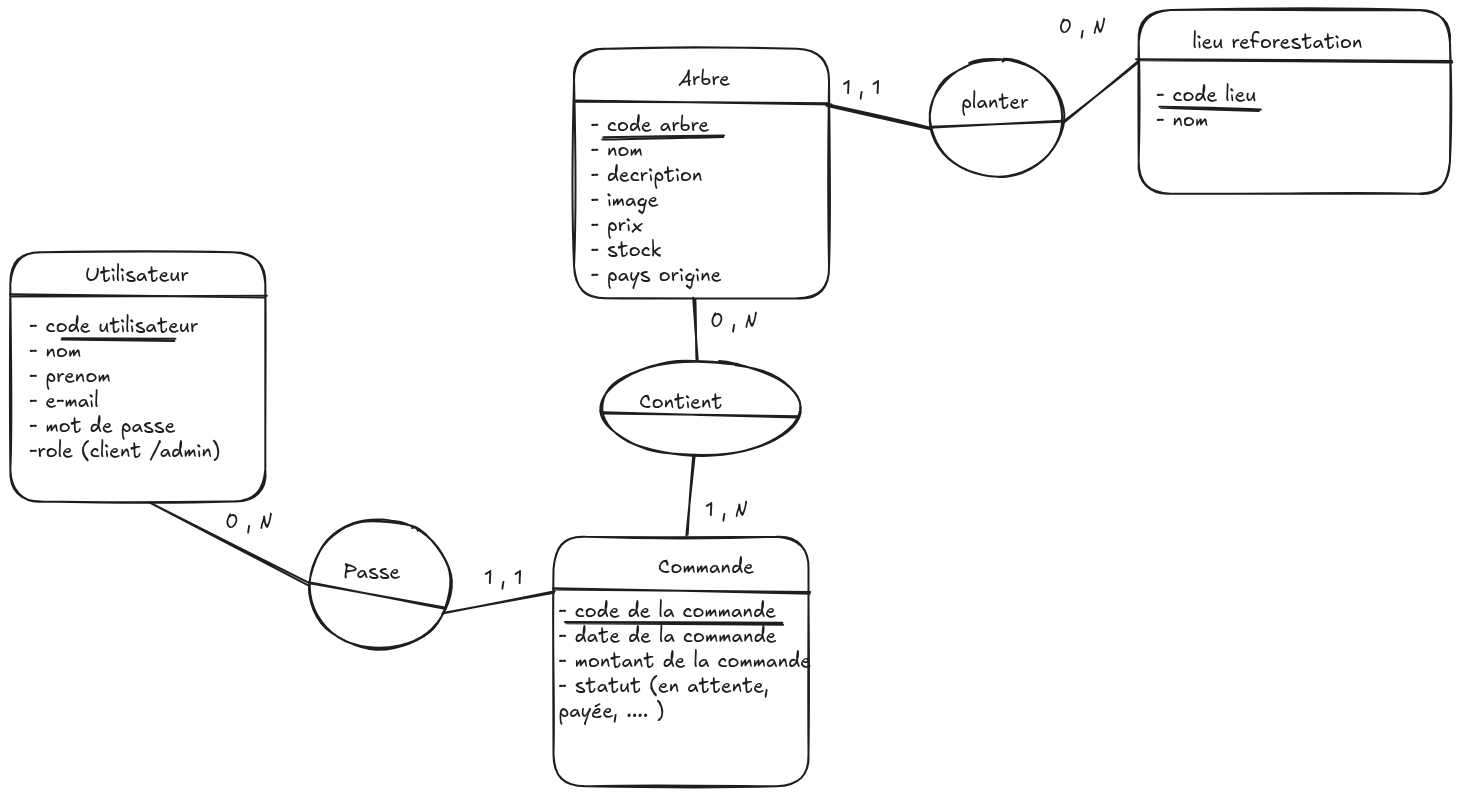
The Excalidraw diagram conception/MLD-MCD-MPD/MCD2.excalidraw.png in AnneSophieBaumgart/Greenroots, before a commit. Source tidied: one line per element, renumbered; positions are measured from the earlier drawing's top-left corner, leaving out a move shared by most shapes.
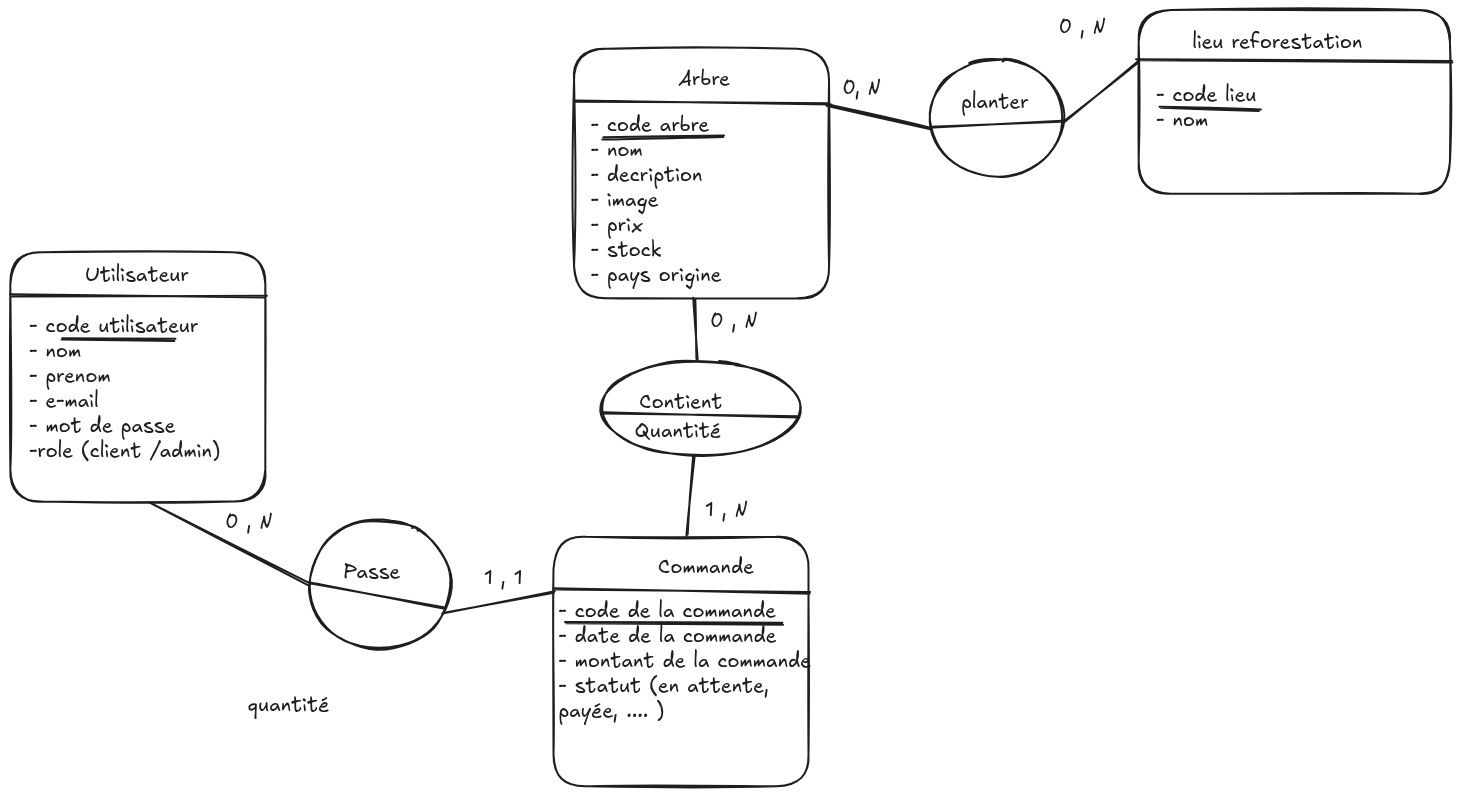
Above is the later version.

Commit message:
modifs sur MCD et MLD

What changed in the source:
```diff
@@ -36,6 +36,7 @@
 {"id": 35, "type": "text", "text": "planter", "strokeColor": "#1e1e1e", "strokeWidth": 2, "roughness": 1, "fontSize": 20, "fontFamily": 5, "x": 951, "y": 80, "width": 67, "height": 25}
 {"id": 36, "type": "line", "strokeColor": "#1e1e1e", "strokeWidth": 2, "roughness": 1, "round": true, "x": 817, "y": 96, "width": 104, "height": 22, "points": [[0, 0], [104, 22]]}
 {"id": 37, "type": "line", "strokeColor": "#1e1e1e", "strokeWidth": 2, "roughness": 1, "round": true, "x": 1052, "y": 112, "width": 76, "height": 62, "points": [[0, 0], [76, -62]]}
-{"id": 38, "type": "text", "text": "1 , 1", "strokeColor": "#1e1e1e", "strokeWidth": 2, "roughness": 1, "fontSize": 20, "fontFamily": 5, "x": 832, "y": 66, "width": 38, "height": 25}
+{"id": 38, "type": "text", "text": "0, N", "strokeColor": "#1e1e1e", "strokeWidth": 2, "roughness": 1, "fontSize": 20, "fontFamily": 5, "x": 832, "y": 66, "width": 38, "height": 25}
 {"id": 39, "type": "text", "text": "0 , N", "strokeColor": "#1e1e1e", "strokeWidth": 2, "roughness": 1, "fontSize": 20, "fontFamily": 5, "x": 1048, "y": 5, "width": 70, "height": 25}
 {"id": 40, "type": "line", "strokeColor": "#1e1e1e", "strokeWidth": 2, "roughness": 1, "round": true, "x": 1151, "y": 98, "width": 99, "height": 2, "points": [[0, 0], [99, 2]]}
+{"id": 41, "type": "text", "text": "Quantité", "strokeColor": "#1e1e1e", "strokeWidth": 2, "roughness": 1, "fontSize": 20, "fontFamily": 5, "x": 624, "y": 409, "width": 86, "height": 25}
```
